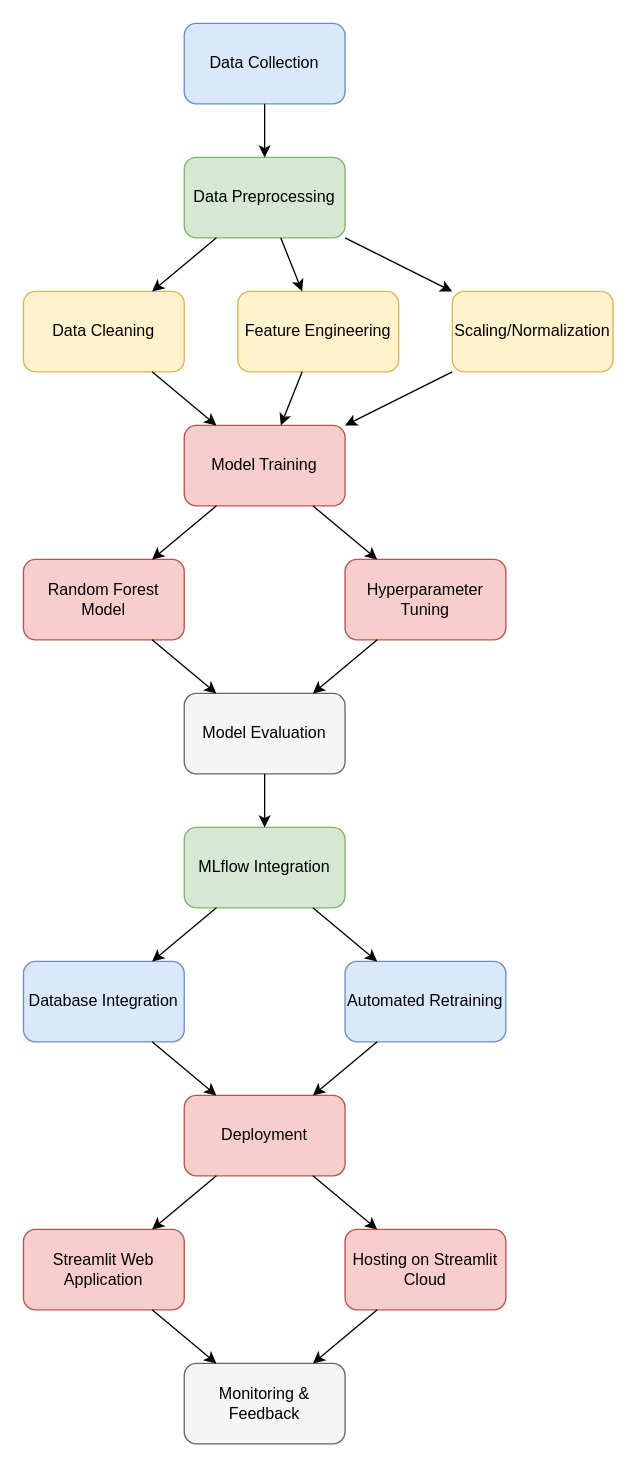
ahmedtarek26/MissedMatch keeps this draw.io diagram as resources/pipeline.drawio. Above is the earlier version. Source tidied: cells renumbered, new cells numbered last; positions are measured from the earlier drawing's top-left corner, leaving out a move shared by most shapes. Both pictures are drawn from the tidied source at 134%, with x=0, y=0 at pixel (23, 23).
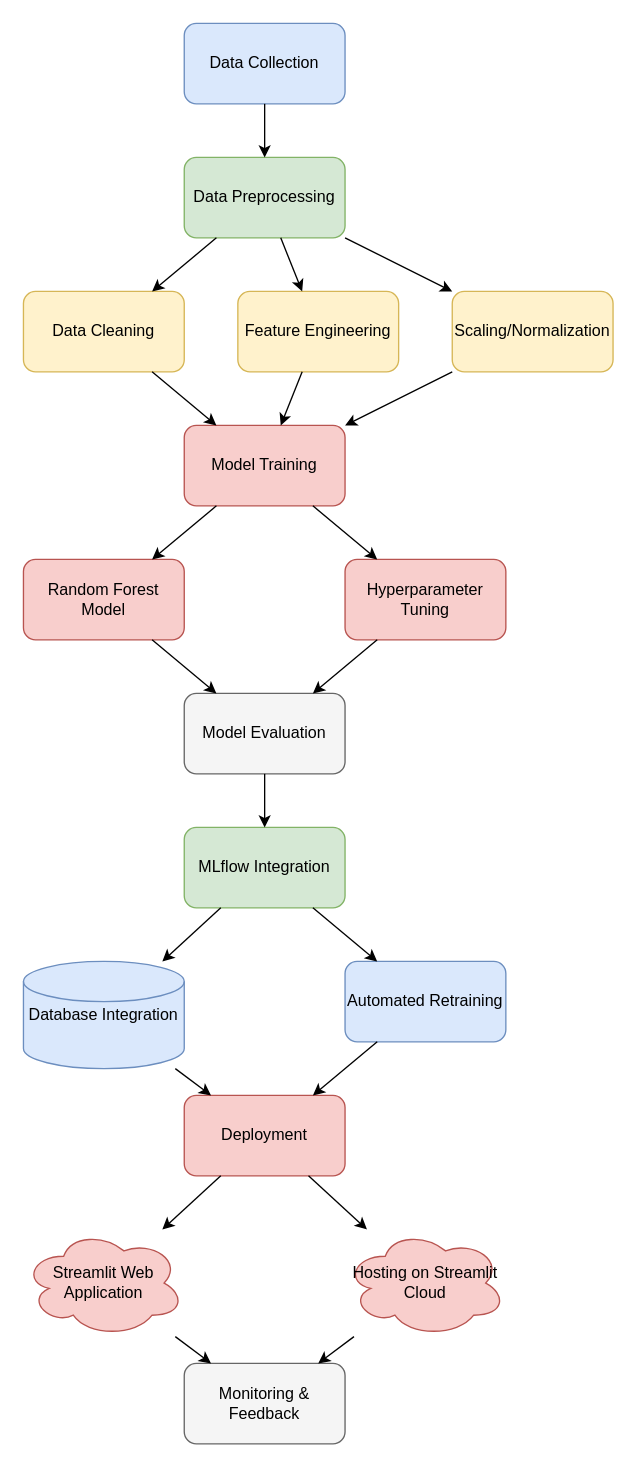
After the change.

Diff of the diagram source:
```diff
@@
-    <mxCell id="12" value="Database Integration" style="rounded=1;whiteSpace=wrap;html=1;fillColor=#dae8fc;strokeColor=#6c8ebf;" parent="1" vertex="1">
-      <mxGeometry y="700" width="120" height="60" as="geometry" />
+    <mxCell id="12" value="Database Integration" style="shape=cylinder3;whiteSpace=wrap;html=1;fillColor=#dae8fc;strokeColor=#6c8ebf;" parent="1" vertex="1">
+      <mxGeometry y="700" width="120" height="80" as="geometry" />
     </mxCell>
@@
-    <mxCell id="15" value="Streamlit Web Application" style="rounded=1;whiteSpace=wrap;html=1;fillColor=#f8cecc;strokeColor=#b85450;" parent="1" vertex="1">
-      <mxGeometry y="900" width="120" height="60" as="geometry" />
+    <mxCell id="15" value="Streamlit Web Application" style="shape=cloud;whiteSpace=wrap;html=1;fillColor=#f8cecc;strokeColor=#b85450;" parent="1" vertex="1">
+      <mxGeometry y="900" width="120" height="80" as="geometry" />
     </mxCell>
-    <mxCell id="16" value="Hosting on Streamlit Cloud" style="rounded=1;whiteSpace=wrap;html=1;fillColor=#f8cecc;strokeColor=#b85450;" parent="1" vertex="1">
-      <mxGeometry x="240" y="900" width="120" height="60" as="geometry" />
+    <mxCell id="16" value="Hosting on Streamlit Cloud" style="shape=cloud;whiteSpace=wrap;html=1;fillColor=#f8cecc;strokeColor=#b85450;" parent="1" vertex="1">
+      <mxGeometry x="240" y="900" width="120" height="80" as="geometry" />
     </mxCell>
```
